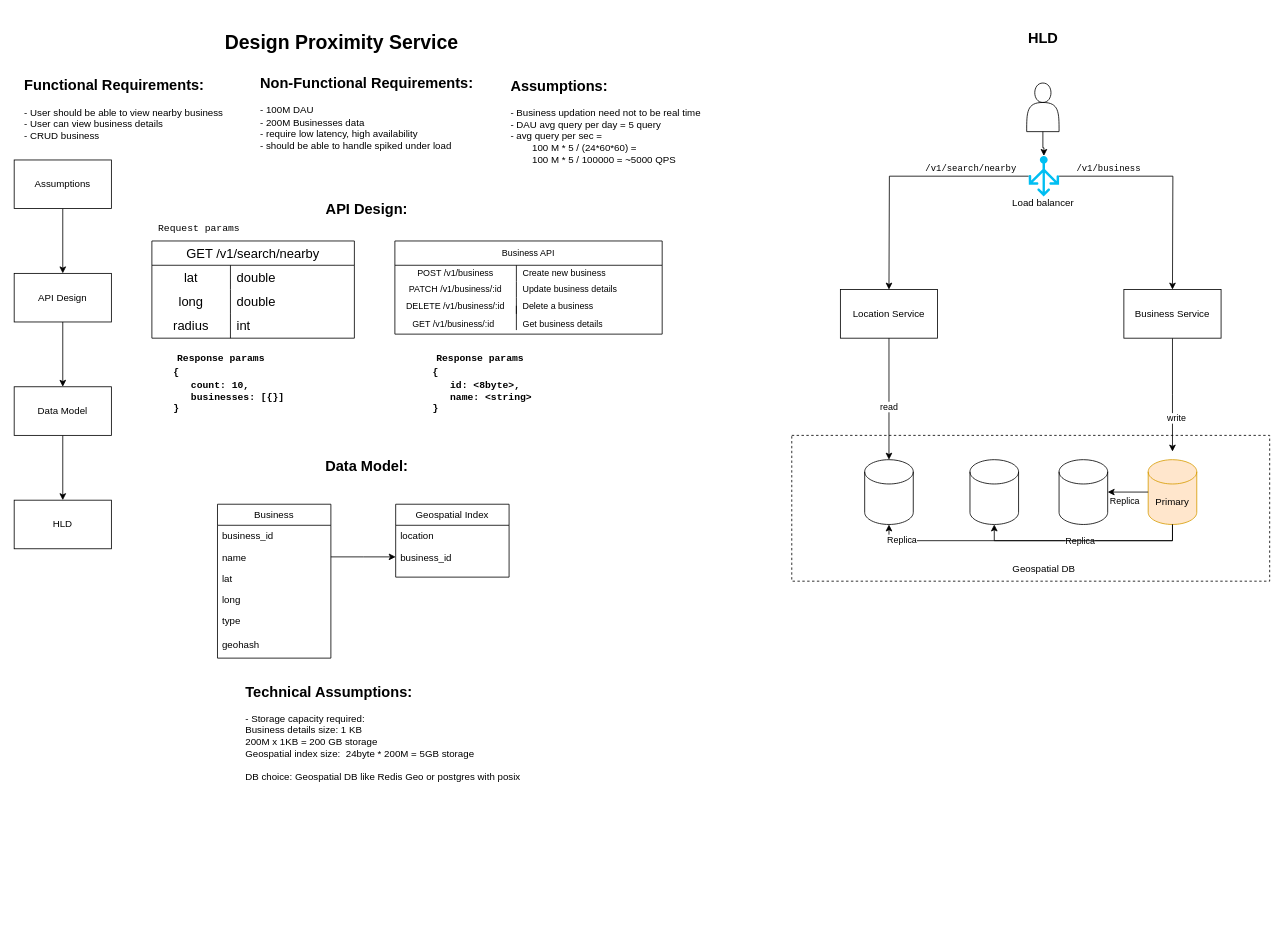
Above: Untitled Diagram.drawio in code-storm/hld-problems (draw.io), before the change. Source tidied: cells renumbered, new cells numbered last; positions are measured from the earlier drawing's top-left corner, leaving out a move shared by most shapes. Both pictures are drawn from the tidied source at 81%, with x=0, y=0 at pixel (14, 14).
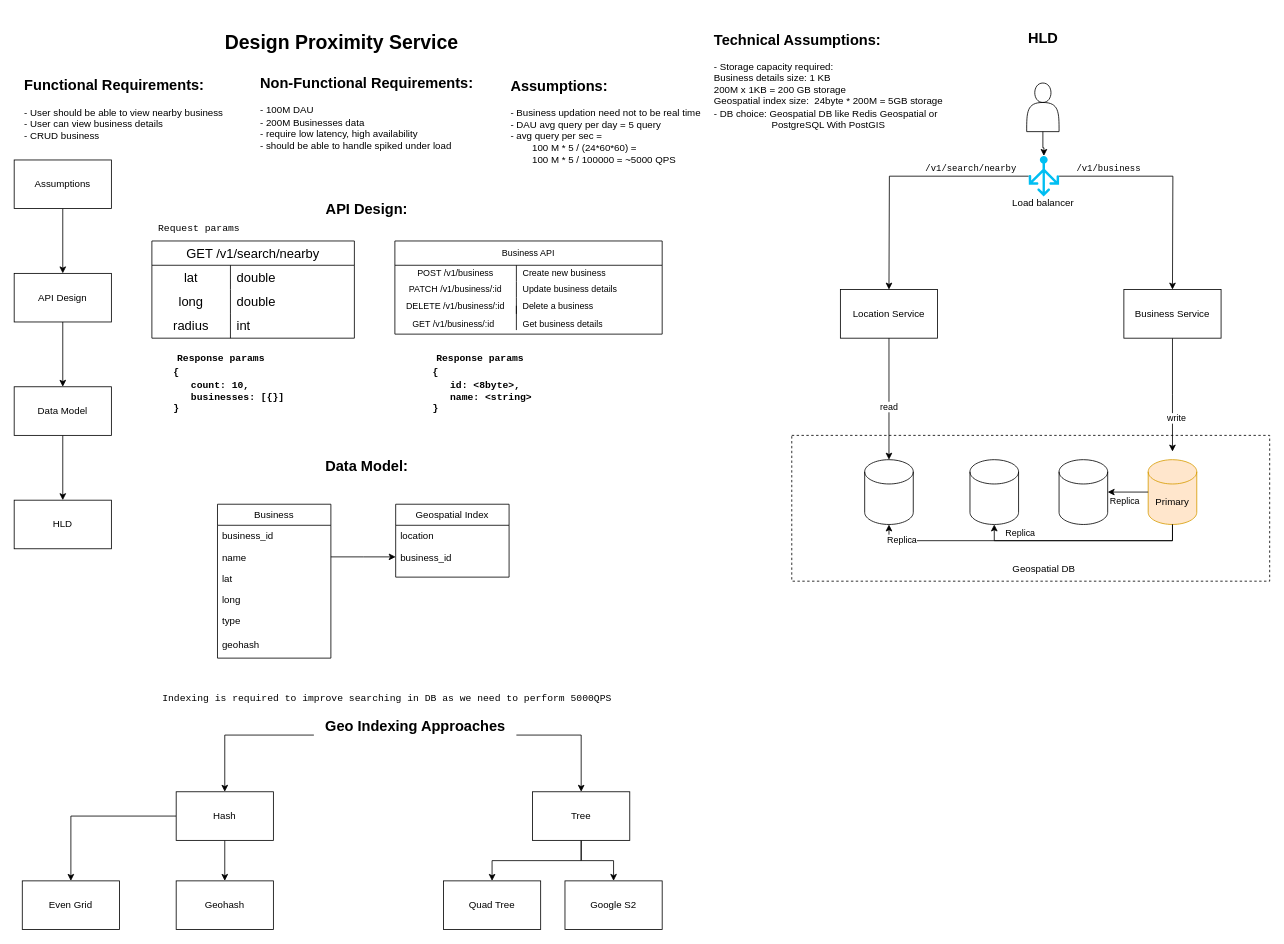
The same diagram, later.

Commit message:
Added indexing approaches

Unchanged cells that the change refers to:
```xml
<mxCell id="80" style="edgeStyle=orthogonalEdgeStyle;rounded=0;jettySize=auto;html=1;entryX=0.5;entryY=1;entryDx=0;entryDy=0;entryPerimeter=0;" parent="1" edge="1" source="72" target="74">
  <mxGeometry relative="1" as="geometry">
    <Array as="points">
      <mxPoint x="1430" y="650" />
      <mxPoint x="1210" y="650" />
    </Array>
  </mxGeometry>
</mxCell>
```

Change to the diagram source:
```diff
@@
-    <mxCell id="21" value="&lt;h2 style=&quot;text-align: left;&quot;&gt;&lt;span style=&quot;background-color: initial;&quot;&gt;Technical Assumptions:&lt;/span&gt;&lt;/h2&gt;&lt;div style=&quot;text-align: left;&quot;&gt;&lt;span style=&quot;background-color: initial;&quot;&gt;- Storage capacity required:&amp;nbsp;&lt;br&gt;Business details size: 1 KB&lt;/span&gt;&lt;/div&gt;&lt;div style=&quot;text-align: left;&quot;&gt;&lt;span style=&quot;background-color: initial;&quot;&gt;200M x 1KB = 200 GB storage&lt;br&gt;Geospatial index size:&amp;nbsp; 24byte * 200M = 5GB storage&lt;br&gt;&lt;br&gt;DB choice: Geospatial DB like Redis Geo or postgres with posix&lt;/span&gt;&lt;/div&gt;" style="text;html=1;align=center;verticalAlign=middle;strokeColor=none;fillColor=none;" parent="1" vertex="1">
-      <mxGeometry x="275" y="805" width="360" height="150" as="geometry" />
+    <mxCell id="21" value="&lt;h2 style=&quot;text-align: left;&quot;&gt;&lt;span style=&quot;background-color: initial;&quot;&gt;Technical Assumptions:&lt;/span&gt;&lt;/h2&gt;&lt;div style=&quot;text-align: left;&quot;&gt;&lt;span style=&quot;background-color: initial;&quot;&gt;- Storage capacity required:&amp;nbsp;&lt;br&gt;Business details size: 1 KB&lt;/span&gt;&lt;/div&gt;&lt;div style=&quot;text-align: left;&quot;&gt;&lt;span style=&quot;background-color: initial;&quot;&gt;200M x 1KB = 200 GB storage&lt;br&gt;Geospatial index size:&amp;nbsp; 24byte * 200M = 5GB storage&lt;br&gt;- DB choice: Geospatial DB like Redis Geospatial or&amp;nbsp;&lt;/span&gt;&lt;/div&gt;PostgreSQL With PostGIS" style="text;html=1;align=center;verticalAlign=middle;strokeColor=none;fillColor=none;" parent="1" vertex="1">
+      <mxGeometry x="850" width="310" height="150" as="geometry" />
     </mxCell>
@@
     <mxCell id="81" value="Replica" style="edgeLabel;html=1;align=center;verticalAlign=middle;" parent="80" vertex="1">
-      <mxGeometry x="0.04" y="-1" relative="1" as="geometry" />
+      <mxGeometry x="0.04" y="-1" relative="1" as="geometry">
+        <mxPoint x="-74" y="-9" as="offset" />
+      </mxGeometry>
     </mxCell>
@@
+    <mxCell id="86" style="edgeStyle=orthogonalEdgeStyle;rounded=0;jettySize=auto;html=1;entryX=0.5;entryY=0;entryDx=0;entryDy=0;" parent="1" edge="1" source="88" target="91">
+      <mxGeometry relative="1" as="geometry" />
+    </mxCell>
+    <mxCell id="87" style="edgeStyle=orthogonalEdgeStyle;rounded=0;jettySize=auto;html=1;" parent="1" edge="1" source="88" target="94">
+      <mxGeometry relative="1" as="geometry" />
+    </mxCell>
+    <mxCell id="88" value="&lt;h2&gt;Geo Indexing Approaches&lt;br&gt;&lt;br&gt;&lt;/h2&gt;" style="text;html=1;align=center;verticalAlign=middle;points=[];strokeColor=none;fillColor=none;" parent="1" vertex="1">
+      <mxGeometry x="370" y="845" width="250" height="90" as="geometry" />
+    </mxCell>
+    <mxCell id="89" style="edgeStyle=orthogonalEdgeStyle;rounded=0;jettySize=auto;html=1;" parent="1" edge="1" source="91" target="95">
+      <mxGeometry relative="1" as="geometry" />
+    </mxCell>
+    <mxCell id="90" style="edgeStyle=orthogonalEdgeStyle;rounded=0;jettySize=auto;html=1;" parent="1" edge="1" source="91" target="96">
+      <mxGeometry relative="1" as="geometry" />
+    </mxCell>
+    <mxCell id="91" value="Hash" style="rounded=0;whiteSpace=wrap;html=1;" parent="1" vertex="1">
+      <mxGeometry x="200" y="960" width="120" height="60" as="geometry" />
+    </mxCell>
+    <mxCell id="92" style="edgeStyle=orthogonalEdgeStyle;rounded=0;jettySize=auto;html=1;" parent="1" edge="1" source="94" target="97">
+      <mxGeometry relative="1" as="geometry" />
+    </mxCell>
+    <mxCell id="93" style="edgeStyle=orthogonalEdgeStyle;rounded=0;jettySize=auto;html=1;" parent="1" edge="1" source="94" target="98">
+      <mxGeometry relative="1" as="geometry" />
+    </mxCell>
+    <mxCell id="94" value="Tree" style="whiteSpace=wrap;html=1;" parent="1" vertex="1">
+      <mxGeometry x="640" y="960" width="120" height="60" as="geometry" />
+    </mxCell>
+    <mxCell id="95" value="Even Grid" style="rounded=0;whiteSpace=wrap;html=1;" parent="1" vertex="1">
+      <mxGeometry x="10" y="1070" width="120" height="60" as="geometry" />
+    </mxCell>
+    <mxCell id="96" value="Geohash" style="rounded=0;whiteSpace=wrap;html=1;" parent="1" vertex="1">
+      <mxGeometry x="200" y="1070" width="120" height="60" as="geometry" />
+    </mxCell>
+    <mxCell id="97" value="Quad Tree" style="whiteSpace=wrap;html=1;" parent="1" vertex="1">
+      <mxGeometry x="530" y="1070" width="120" height="60" as="geometry" />
+    </mxCell>
+    <mxCell id="98" value="Google S2" style="whiteSpace=wrap;html=1;" parent="1" vertex="1">
+      <mxGeometry x="680" y="1070" width="120" height="60" as="geometry" />
+    </mxCell>
+    <mxCell id="99" value="&lt;font face=&quot;Courier New&quot;&gt;Indexing is required to improve searching in DB as we need to perform 5000QPS&lt;/font&gt;" style="text;html=1;align=center;verticalAlign=middle;strokeColor=none;fillColor=none;" parent="1" vertex="1">
+      <mxGeometry x="170" y="830" width="580" height="30" as="geometry" />
+    </mxCell>
```
